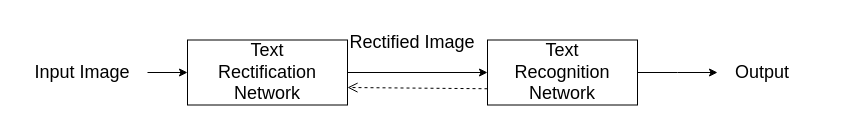
The draw.io diagram 开题报告.drawio in Dong-J93/_pictures, before the edit. Source tidied: cells renumbered, new cells numbered last; positions are measured from the earlier drawing's top-left corner, leaving out a move shared by most shapes. Both pictures are drawn from the tidied source at 100%, with x=0, y=0 at pixel (17, 17).
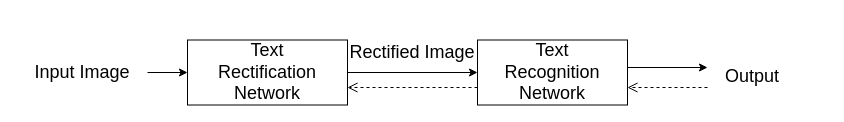
The same diagram, later.

Commit message:
更新开题报告.drawio

Diff of the diagram source:
```diff
@@
 <mxGraphModel>
   <root>
     <mxCell id="0" />
     <mxCell id="1" parent="0" />
     <mxCell id="2" style="edgeStyle=orthogonalEdgeStyle;rounded=0;jettySize=auto;html=1;fontSize=18;" parent="1" edge="1" source="3" target="5">
       <mxGeometry relative="1" as="geometry" />
     </mxCell>
     <mxCell id="3" value="&lt;font style=&quot;font-size: 18px;&quot;&gt;Input Image&lt;/font&gt;" style="text;html=1;strokeColor=none;fillColor=none;align=center;verticalAlign=middle;whiteSpace=wrap;rounded=0;" parent="1" vertex="1">
       <mxGeometry y="30" width="130" height="50" as="geometry" />
     </mxCell>
     <mxCell id="4" style="edgeStyle=orthogonalEdgeStyle;rounded=0;jettySize=auto;html=1;fontSize=18;" parent="1" edge="1" source="5" target="7">
       <mxGeometry relative="1" as="geometry" />
     </mxCell>
     <mxCell id="5" value="Text&lt;br&gt;Rectification&lt;br&gt;Network" style="whiteSpace=wrap;html=1;fontSize=18;" parent="1" vertex="1">
       <mxGeometry x="170" y="22.5" width="160" height="65" as="geometry" />
     </mxCell>
     <mxCell id="6" style="edgeStyle=orthogonalEdgeStyle;rounded=0;jettySize=auto;html=1;fontSize=18;" parent="1" edge="1" source="7">
       <mxGeometry relative="1" as="geometry">
-        <mxPoint x="700" y="55" as="targetPoint" />
+        <mxPoint x="690" y="50" as="targetPoint" />
+        <Array as="points">
+          <mxPoint x="690" y="50" />
+        </Array>
       </mxGeometry>
     </mxCell>
     <mxCell id="7" value="Text&lt;br&gt;Recognition&lt;br&gt;Network" style="whiteSpace=wrap;html=1;fontSize=18;" parent="1" vertex="1">
-      <mxGeometry x="470" y="22.5" width="150" height="65" as="geometry" />
+      <mxGeometry x="460" y="22.5" width="150" height="65" as="geometry" />
     </mxCell>
-    <mxCell id="8" style="html=1;verticalAlign=bottom;endArrow=open;dashed=1;endSize=8;rounded=0;fontSize=18;exitX=0;exitY=0.75;exitDx=0;exitDy=0;" parent="1" edge="1" source="7">
+    <mxCell id="8" style="html=1;verticalAlign=bottom;endArrow=open;dashed=1;endSize=8;rounded=0;fontSize=18;" parent="1" edge="1">
       <mxGeometry relative="1" as="geometry">
+        <mxPoint x="460" y="70" as="sourcePoint" />
         <mxPoint x="330" y="70" as="targetPoint" />
       </mxGeometry>
     </mxCell>
     <mxCell id="9" value="&lt;font style=&quot;font-size: 18px;&quot;&gt;Rectified Image&lt;/font&gt;" style="text;html=1;strokeColor=none;fillColor=none;align=center;verticalAlign=middle;whiteSpace=wrap;rounded=0;" parent="1" vertex="1">
-      <mxGeometry x="330" width="130" height="50" as="geometry" />
+      <mxGeometry x="330" y="10" width="130" height="50" as="geometry" />
     </mxCell>
     <mxCell id="10" value="Output" style="text;html=1;strokeColor=none;fillColor=none;align=center;verticalAlign=middle;whiteSpace=wrap;rounded=0;fontSize=18;" parent="1" vertex="1">
-      <mxGeometry x="680" y="37.5" width="130" height="35" as="geometry" />
+      <mxGeometry x="670" y="37.5" width="130" height="42.5" as="geometry" />
     </mxCell>
+    <mxCell id="11" style="html=1;verticalAlign=bottom;endArrow=open;dashed=1;endSize=8;rounded=0;fontSize=18;" parent="1" edge="1">
+      <mxGeometry relative="1" as="geometry">
+        <mxPoint x="690" y="70" as="sourcePoint" />
+        <mxPoint x="610" y="70" as="targetPoint" />
+      </mxGeometry>
+    </mxCell>
   </root>
 </mxGraphModel>
```
